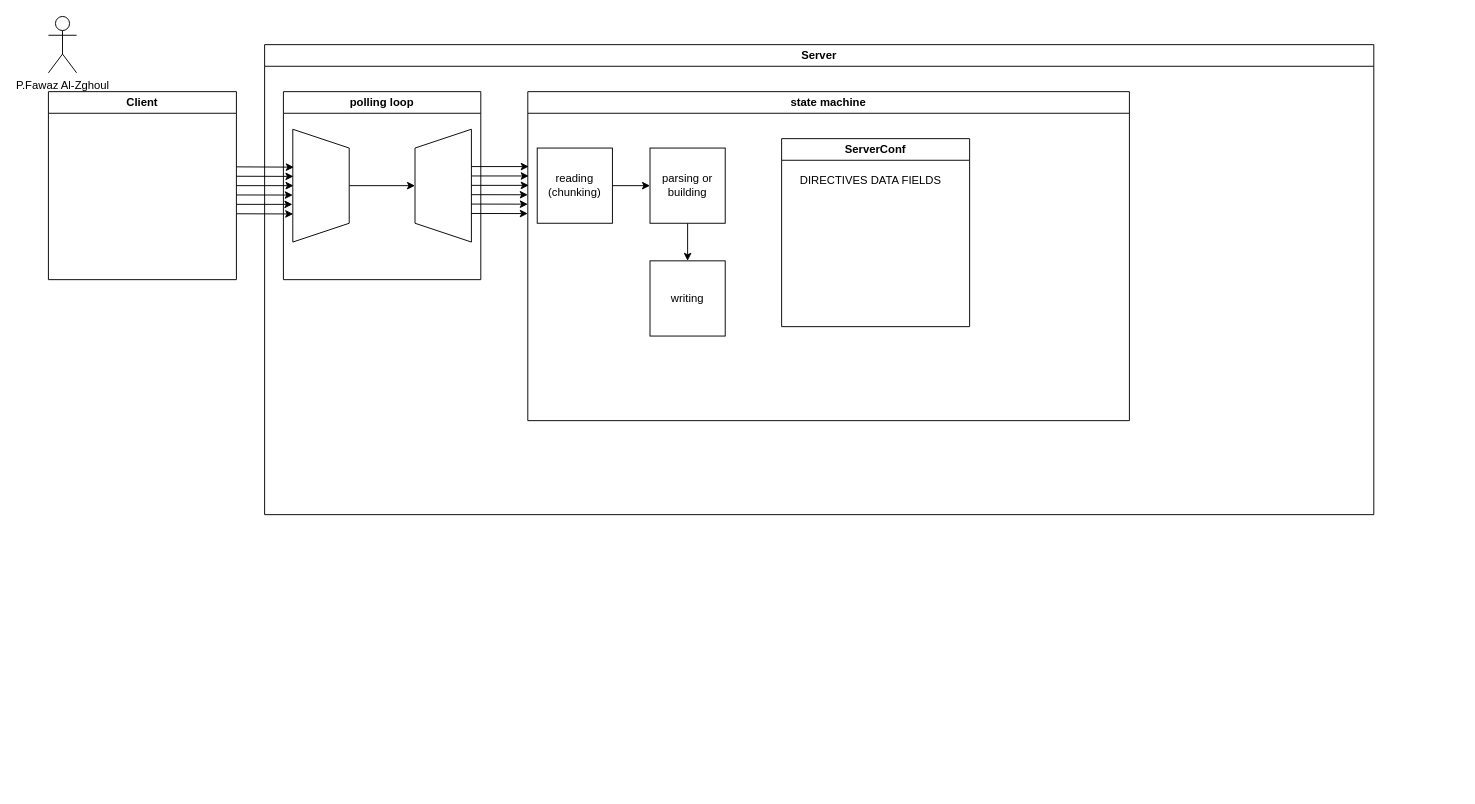
The draw.io diagram docs/dfd.drawio in Andary22/LeftHookRoll, before the edit. Source tidied: cells renumbered, new cells numbered last; positions are measured from the earlier drawing's top-left corner, leaving out a move shared by most shapes. Both pictures are drawn from the tidied source at 94%, with x=0, y=0 at pixel (48, 16).
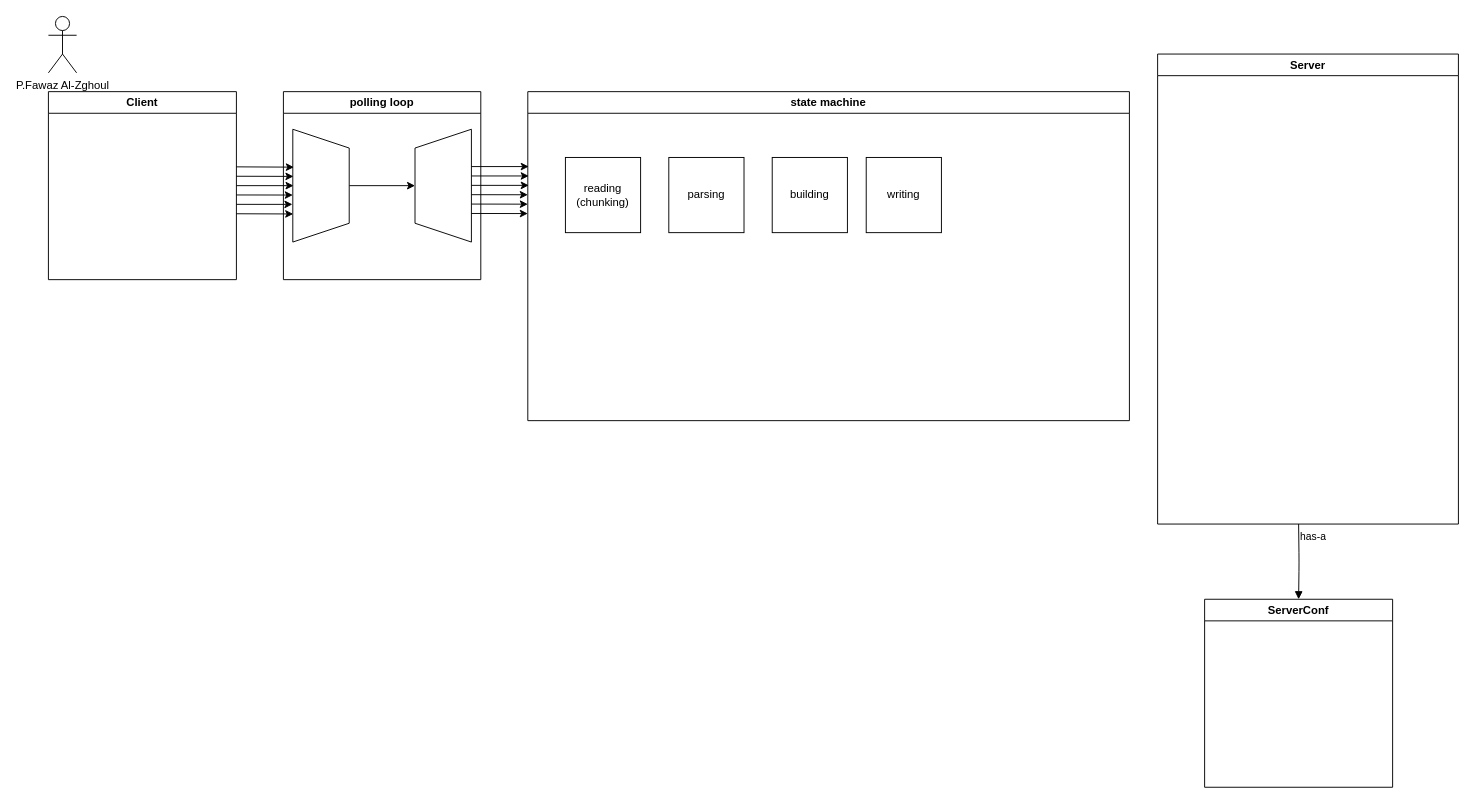
The same diagram, later.

Commit message:
improving dfd schema

The change refers to these unchanged cells:
```xml
<mxCell id="20" value="state machine" style="swimlane;whiteSpace=wrap;html=1;" parent="1" vertex="1">
  <mxGeometry x="510" y="80" width="640" height="350" as="geometry" />
</mxCell>
```

What changed in the source:
```diff
@@
+    <mxCell id="26" value="reading&lt;br&gt;(chunking)" style="whiteSpace=wrap;html=1;" parent="20" vertex="1">
+      <mxGeometry x="40" y="70" width="80" height="80" as="geometry" />
+    </mxCell>
+    <mxCell id="29" value="parsing" style="whiteSpace=wrap;html=1;" parent="20" vertex="1">
+      <mxGeometry x="150" y="70" width="80" height="80" as="geometry" />
+    </mxCell>
+    <mxCell id="30" value="building" style="whiteSpace=wrap;html=1;" parent="20" vertex="1">
+      <mxGeometry x="260" y="70" width="80" height="80" as="geometry" />
+    </mxCell>
+    <mxCell id="24" value="writing" style="whiteSpace=wrap;html=1;" parent="20" vertex="1">
+      <mxGeometry x="360" y="70" width="80" height="80" as="geometry" />
+    </mxCell>
     <mxCell id="21" value="Server" style="swimlane;whiteSpace=wrap;html=1;" parent="1" vertex="1">
-      <mxGeometry x="230" y="30" width="1180" height="500" as="geometry" />
+      <mxGeometry x="1180" y="40" width="320" height="500" as="geometry" />
     </mxCell>
-    <mxCell id="22" style="edgeStyle=none;html=1;" parent="21" edge="1" source="23" target="24">
-      <mxGeometry relative="1" as="geometry" />
+    <mxCell id="22" style="edgeStyle=none;html=1;" parent="21" edge="1">
+      <mxGeometry relative="1" as="geometry">
+        <mxPoint x="450" y="190" as="sourcePoint" />
+      </mxGeometry>
     </mxCell>
-    <mxCell id="23" value="parsing or building" style="whiteSpace=wrap;html=1;" parent="21" vertex="1">
-      <mxGeometry x="410" y="110" width="80" height="80" as="geometry" />
-    </mxCell>
-    <mxCell id="24" value="writing" style="whiteSpace=wrap;html=1;" parent="21" vertex="1">
-      <mxGeometry x="410" y="230" width="80" height="80" as="geometry" />
-    </mxCell>
-    <mxCell id="25" style="edgeStyle=none;html=1;entryX=0;entryY=0.5;entryDx=0;entryDy=0;" parent="21" edge="1" source="26" target="23">
-      <mxGeometry relative="1" as="geometry" />
+    <mxCell id="25" style="edgeStyle=none;html=1;entryX=0;entryY=0.5;entryDx=0;entryDy=0;" parent="21" edge="1">
+      <mxGeometry relative="1" as="geometry">
+        <mxPoint x="410" y="150" as="targetPoint" />
+      </mxGeometry>
     </mxCell>
-    <mxCell id="26" value="reading&lt;br&gt;(chunking)" style="whiteSpace=wrap;html=1;" parent="21" vertex="1">
-      <mxGeometry x="290" y="110" width="80" height="80" as="geometry" />
-    </mxCell>
-    <mxCell id="27" value="ServerConf" style="swimlane;whiteSpace=wrap;html=1;" parent="21" vertex="1">
-      <mxGeometry x="550" y="100" width="200" height="200" as="geometry" />
+    <mxCell id="27" value="ServerConf" style="swimlane;whiteSpace=wrap;html=1;" parent="1" vertex="1">
+      <mxGeometry x="1230" y="620" width="200" height="200" as="geometry" />
     </mxCell>
-    <mxCell id="28" value="DIRECTIVES DATA FIELDS" style="text;html=1;align=center;verticalAlign=middle;whiteSpace=wrap;rounded=0;" parent="27" vertex="1">
-      <mxGeometry y="30" width="190" height="30" as="geometry" />
-    </mxCell>
+    <mxCell id="31" value="has-a" style="endArrow=block;endFill=1;html=1;edgeStyle=orthogonalEdgeStyle;align=left;verticalAlign=top;entryX=0.5;entryY=0;entryDx=0;entryDy=0;" parent="1" edge="1" target="27">
+      <mxGeometry x="-1" relative="1" as="geometry">
+        <mxPoint x="1330" y="540" as="sourcePoint" />
+      </mxGeometry>
+    </mxCell>
```
